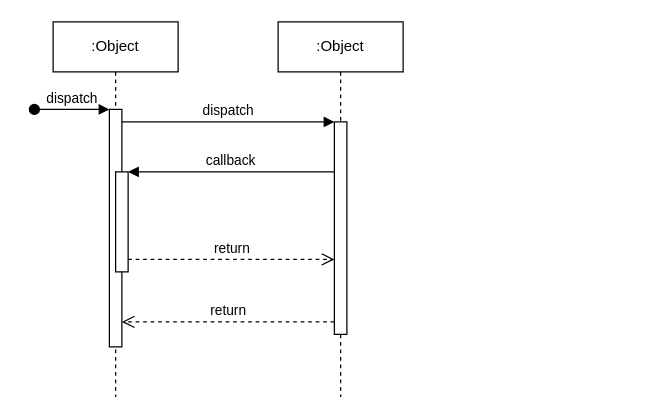
Earlier version of the draw.io diagram Untitled Diagram.drawio (fajrawati/db1usb). Source tidied: cells renumbered, new cells numbered last; positions are measured from the earlier drawing's top-left corner, leaving out a move shared by most shapes. Both pictures are drawn from the tidied source at 125%, with x=0, y=0 at pixel (34, 21).
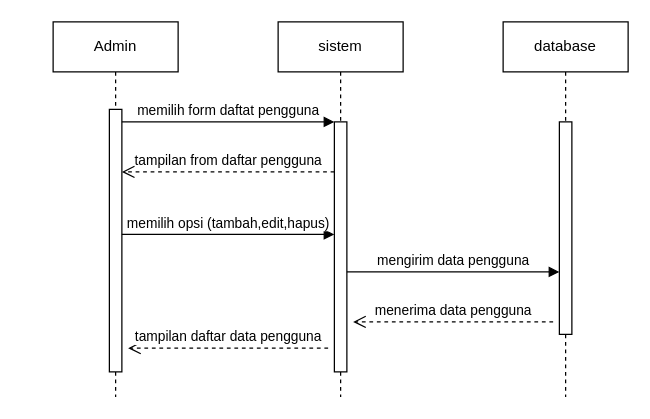
The same page after the edit.

Change to the diagram source:
```diff
@@
-    <mxCell id="2" value=":Object" style="shape=umlLifeline;perimeter=lifelinePerimeter;whiteSpace=wrap;html=1;newEdgeStyle={&quot;edgeStyle&quot;:&quot;elbowEdgeStyle&quot;,&quot;elbow&quot;:&quot;vertical&quot;,&quot;curved&quot;:0,&quot;rounded&quot;:0};" parent="1" vertex="1">
+    <mxCell id="2" value="Admin" style="shape=umlLifeline;perimeter=lifelinePerimeter;whiteSpace=wrap;html=1;newEdgeStyle={&quot;edgeStyle&quot;:&quot;elbowEdgeStyle&quot;,&quot;elbow&quot;:&quot;vertical&quot;,&quot;curved&quot;:0,&quot;rounded&quot;:0};" parent="1" vertex="1">
       <mxGeometry x="15" width="100" height="300" as="geometry" />
     </mxCell>
     <mxCell id="3" style="html=1;points=[];perimeter=orthogonalPerimeter;outlineConnect=0;targetShapes=umlLifeline;portConstraint=eastwest;newEdgeStyle={&quot;edgeStyle&quot;:&quot;elbowEdgeStyle&quot;,&quot;elbow&quot;:&quot;vertical&quot;,&quot;curved&quot;:0,&quot;rounded&quot;:0};" parent="2" vertex="1">
-      <mxGeometry x="45" y="70" width="10" height="190" as="geometry" />
+      <mxGeometry x="45" y="70" width="10" height="210" as="geometry" />
     </mxCell>
-    <mxCell id="4" value="dispatch" style="html=1;verticalAlign=bottom;startArrow=oval;endArrow=block;startSize=8;edgeStyle=elbowEdgeStyle;elbow=vertical;curved=0;rounded=0;" parent="2" edge="1" target="3">
-      <mxGeometry relative="1" as="geometry">
-        <mxPoint x="-15" y="70" as="sourcePoint" />
-      </mxGeometry>
-    </mxCell>
-    <mxCell id="5" style="html=1;points=[];perimeter=orthogonalPerimeter;outlineConnect=0;targetShapes=umlLifeline;portConstraint=eastwest;newEdgeStyle={&quot;edgeStyle&quot;:&quot;elbowEdgeStyle&quot;,&quot;elbow&quot;:&quot;vertical&quot;,&quot;curved&quot;:0,&quot;rounded&quot;:0};" parent="2" vertex="1">
-      <mxGeometry x="50" y="120" width="10" height="80" as="geometry" />
-    </mxCell>
-    <mxCell id="6" value=":Object" style="shape=umlLifeline;perimeter=lifelinePerimeter;whiteSpace=wrap;html=1;newEdgeStyle={&quot;edgeStyle&quot;:&quot;elbowEdgeStyle&quot;,&quot;elbow&quot;:&quot;vertical&quot;,&quot;curved&quot;:0,&quot;rounded&quot;:0};" parent="1" vertex="1">
+    <mxCell id="6" value="sistem" style="shape=umlLifeline;perimeter=lifelinePerimeter;whiteSpace=wrap;html=1;newEdgeStyle={&quot;edgeStyle&quot;:&quot;elbowEdgeStyle&quot;,&quot;elbow&quot;:&quot;vertical&quot;,&quot;curved&quot;:0,&quot;rounded&quot;:0};" parent="1" vertex="1">
       <mxGeometry x="195" width="100" height="300" as="geometry" />
     </mxCell>
     <mxCell id="7" style="html=1;points=[];perimeter=orthogonalPerimeter;outlineConnect=0;targetShapes=umlLifeline;portConstraint=eastwest;newEdgeStyle={&quot;edgeStyle&quot;:&quot;elbowEdgeStyle&quot;,&quot;elbow&quot;:&quot;vertical&quot;,&quot;curved&quot;:0,&quot;rounded&quot;:0};" parent="6" vertex="1">
-      <mxGeometry x="45" y="80" width="10" height="170" as="geometry" />
+      <mxGeometry x="45" y="80" width="10" height="200" as="geometry" />
     </mxCell>
-    <mxCell id="8" value="dispatch" style="html=1;verticalAlign=bottom;endArrow=block;edgeStyle=elbowEdgeStyle;elbow=vertical;curved=0;rounded=0;" parent="1" edge="1" source="3" target="7">
+    <mxCell id="8" value="memilih form daftat pengguna" style="html=1;verticalAlign=bottom;endArrow=block;edgeStyle=elbowEdgeStyle;elbow=vertical;curved=0;rounded=0;" parent="1" edge="1" source="3" target="7">
       <mxGeometry relative="1" as="geometry">
         <Array as="points">
           <mxPoint x="155" y="80" />
         </Array>
       </mxGeometry>
     </mxCell>
-    <mxCell id="9" value="return" style="html=1;verticalAlign=bottom;endArrow=open;dashed=1;endSize=8;edgeStyle=elbowEdgeStyle;elbow=vertical;curved=0;rounded=0;" parent="1" edge="1" source="7" target="3">
+    <mxCell id="9" value="tampilan from daftar pengguna" style="html=1;verticalAlign=bottom;endArrow=open;dashed=1;endSize=8;edgeStyle=elbowEdgeStyle;elbow=vertical;curved=0;rounded=0;" parent="1" edge="1">
       <mxGeometry relative="1" as="geometry">
+        <mxPoint x="240" y="120" as="sourcePoint" />
+        <mxPoint x="70" y="120" as="targetPoint" />
         <Array as="points">
-          <mxPoint x="165" y="240" />
+          <mxPoint x="165" y="120" />
         </Array>
       </mxGeometry>
     </mxCell>
-    <mxCell id="10" value="callback" style="html=1;verticalAlign=bottom;endArrow=block;edgeStyle=elbowEdgeStyle;elbow=vertical;curved=0;rounded=0;" parent="1" edge="1" source="7" target="5">
-      <mxGeometry relative="1" as="geometry">
-        <Array as="points">
-          <mxPoint x="165" y="120" />
-        </Array>
-      </mxGeometry>
-    </mxCell>
-    <mxCell id="11" value="return" style="html=1;verticalAlign=bottom;endArrow=open;dashed=1;endSize=8;edgeStyle=elbowEdgeStyle;elbow=vertical;curved=0;rounded=0;" parent="1" edge="1" source="5" target="7">
-      <mxGeometry relative="1" as="geometry">
-        <Array as="points">
-          <mxPoint x="155" y="190" />
-        </Array>
-      </mxGeometry>
-    </mxCell>
+    <mxCell id="12" value="database" style="shape=umlLifeline;perimeter=lifelinePerimeter;whiteSpace=wrap;html=1;newEdgeStyle={&quot;edgeStyle&quot;:&quot;elbowEdgeStyle&quot;,&quot;elbow&quot;:&quot;vertical&quot;,&quot;curved&quot;:0,&quot;rounded&quot;:0};" parent="1" vertex="1">
+      <mxGeometry x="375" width="100" height="300" as="geometry" />
+    </mxCell>
+    <mxCell id="13" style="html=1;perimeter=orthogonalPerimeter;targetShapes=umlLifeline;newEdgeStyle={&quot;edgeStyle&quot;:&quot;elbowEdgeStyle&quot;,&quot;elbow&quot;:&quot;vertical&quot;,&quot;curved&quot;:0,&quot;rounded&quot;:0};" parent="12" vertex="1">
+      <mxGeometry x="45" y="80" width="10" height="170" as="geometry" />
+    </mxCell>
+    <mxCell id="14" value="memilih opsi (tambah,edit,hapus)" style="html=1;verticalAlign=bottom;endArrow=block;edgeStyle=elbowEdgeStyle;elbow=vertical;curved=0;rounded=0;" parent="1" edge="1">
+      <mxGeometry relative="1" as="geometry">
+        <mxPoint x="70" y="170" as="sourcePoint" />
+        <mxPoint x="240" y="170" as="targetPoint" />
+        <Array as="points">
+          <mxPoint x="155" y="170" />
+        </Array>
+      </mxGeometry>
+    </mxCell>
+    <mxCell id="15" value="mengirim data pengguna" style="html=1;verticalAlign=bottom;endArrow=block;edgeStyle=elbowEdgeStyle;elbow=vertical;curved=0;rounded=0;" parent="1" edge="1">
+      <mxGeometry relative="1" as="geometry">
+        <mxPoint x="250" y="200" as="sourcePoint" />
+        <mxPoint x="420" y="200" as="targetPoint" />
+        <Array as="points">
+          <mxPoint x="335" y="200" />
+        </Array>
+      </mxGeometry>
+    </mxCell>
+    <mxCell id="16" value="menerima data pengguna" style="html=1;verticalAlign=bottom;endArrow=open;dashed=1;endSize=8;edgeStyle=elbowEdgeStyle;elbow=vertical;curved=0;rounded=0;" parent="1" edge="1">
+      <mxGeometry relative="1" as="geometry">
+        <mxPoint x="415" y="240" as="sourcePoint" />
+        <mxPoint x="255" y="240" as="targetPoint" />
+        <Array as="points">
+          <mxPoint x="340" y="240" />
+        </Array>
+      </mxGeometry>
+    </mxCell>
+    <mxCell id="17" value="tampilan daftar data pengguna" style="html=1;verticalAlign=bottom;endArrow=open;dashed=1;endSize=8;edgeStyle=elbowEdgeStyle;elbow=vertical;curved=0;rounded=0;" parent="1" edge="1">
+      <mxGeometry relative="1" as="geometry">
+        <mxPoint x="235" y="261" as="sourcePoint" />
+        <mxPoint x="75" y="261" as="targetPoint" />
+        <Array as="points">
+          <mxPoint x="160" y="261" />
+        </Array>
+      </mxGeometry>
+    </mxCell>
```
